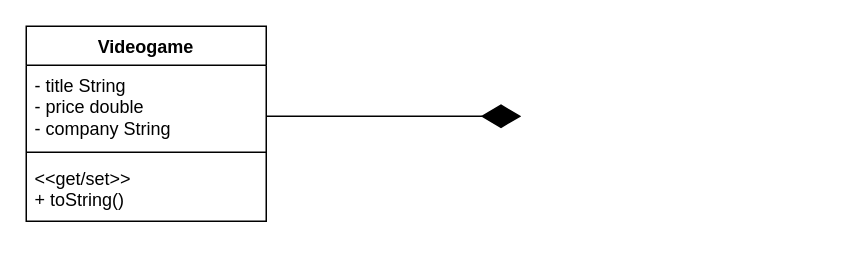
Marinonathan11101/Assignment_2-Java-200527317 keeps this draw.io diagram as Untitled Diagram.drawio. Above is the earlier version. Source tidied: cells renumbered, new cells numbered last; positions are measured from the earlier drawing's top-left corner, leaving out a move shared by most shapes. Both pictures are drawn from the tidied source at 150%, with x=0, y=0 at pixel (26, 26).
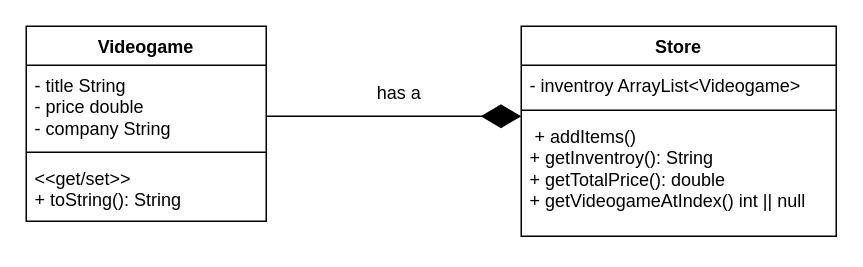
The same diagram, later.

What changed in the source:
```diff
@@
 <mxGraphModel>
   <root>
     <mxCell id="0" />
     <mxCell id="1" parent="0" />
     <mxCell id="2" value="Videogame" style="swimlane;fontStyle=1;align=center;verticalAlign=top;horizontal=1;startSize=26;whiteSpace=wrap;html=1;" parent="1" vertex="1">
       <mxGeometry width="160" height="130" as="geometry" />
     </mxCell>
     <mxCell id="3" value="- title String&lt;br&gt;- price double&lt;br&gt;- company String" style="text;strokeColor=none;fillColor=none;align=left;verticalAlign=top;spacingLeft=4;spacingRight=4;overflow=hidden;whiteSpace=wrap;html=1;" parent="2" vertex="1">
       <mxGeometry y="26" width="160" height="54" as="geometry" />
     </mxCell>
     <mxCell id="4" style="line;strokeWidth=1;fillColor=none;align=left;verticalAlign=middle;spacingTop=-1;spacingLeft=3;spacingRight=3;labelPosition=right;strokeColor=inherit;" parent="2" vertex="1">
       <mxGeometry y="80" width="160" height="8" as="geometry" />
     </mxCell>
-    <mxCell id="5" value="&amp;lt;&amp;lt;get/set&amp;gt;&amp;gt;&lt;br&gt;+ toString()" style="text;strokeColor=none;fillColor=none;align=left;verticalAlign=top;spacingLeft=4;spacingRight=4;overflow=hidden;whiteSpace=wrap;html=1;" parent="2" vertex="1">
+    <mxCell id="5" value="&amp;lt;&amp;lt;get/set&amp;gt;&amp;gt;&lt;br&gt;+ toString(): String" style="text;strokeColor=none;fillColor=none;align=left;verticalAlign=top;spacingLeft=4;spacingRight=4;overflow=hidden;whiteSpace=wrap;html=1;" parent="2" vertex="1">
       <mxGeometry y="88" width="160" height="42" as="geometry" />
     </mxCell>
     <mxCell id="6" style="endArrow=diamondThin;endFill=1;endSize=24;html=1;rounded=0;" parent="1" edge="1">
       <mxGeometry relative="1" as="geometry">
         <mxPoint x="160" y="60" as="sourcePoint" />
         <mxPoint x="330" y="60" as="targetPoint" />
       </mxGeometry>
     </mxCell>
+    <mxCell id="7" value="Store" style="swimlane;fontStyle=1;align=center;verticalAlign=top;horizontal=1;startSize=26;whiteSpace=wrap;html=1;" parent="1" vertex="1">
+      <mxGeometry x="330" width="210" height="140" as="geometry" />
+    </mxCell>
+    <mxCell id="8" value="- inventroy ArrayList&amp;lt;Videogame&amp;gt;" style="text;strokeColor=none;fillColor=none;align=left;verticalAlign=top;spacingLeft=4;spacingRight=4;overflow=hidden;whiteSpace=wrap;html=1;" parent="7" vertex="1">
+      <mxGeometry y="26" width="210" height="26" as="geometry" />
+    </mxCell>
+    <mxCell id="9" style="line;strokeWidth=1;fillColor=none;align=left;verticalAlign=middle;spacingTop=-1;spacingLeft=3;spacingRight=3;labelPosition=right;strokeColor=inherit;" parent="7" vertex="1">
+      <mxGeometry y="52" width="210" height="8" as="geometry" />
+    </mxCell>
+    <mxCell id="10" value="&amp;nbsp;+ addItems()&lt;br&gt;+ getInventroy(): String&lt;br&gt;+ getTotalPrice(): double&lt;br&gt;+ getVideogameAtIndex() int || null" style="text;strokeColor=none;fillColor=none;align=left;verticalAlign=top;spacingLeft=4;spacingRight=4;overflow=hidden;whiteSpace=wrap;html=1;" parent="7" vertex="1">
+      <mxGeometry y="60" width="210" height="80" as="geometry" />
+    </mxCell>
+    <mxCell id="11" value="has a&amp;nbsp;" style="text;html=1;align=center;verticalAlign=middle;strokeColor=none;fillColor=none;" parent="1" vertex="1">
+      <mxGeometry x="220" y="30" width="60" height="30" as="geometry" />
+    </mxCell>
   </root>
 </mxGraphModel>
```
